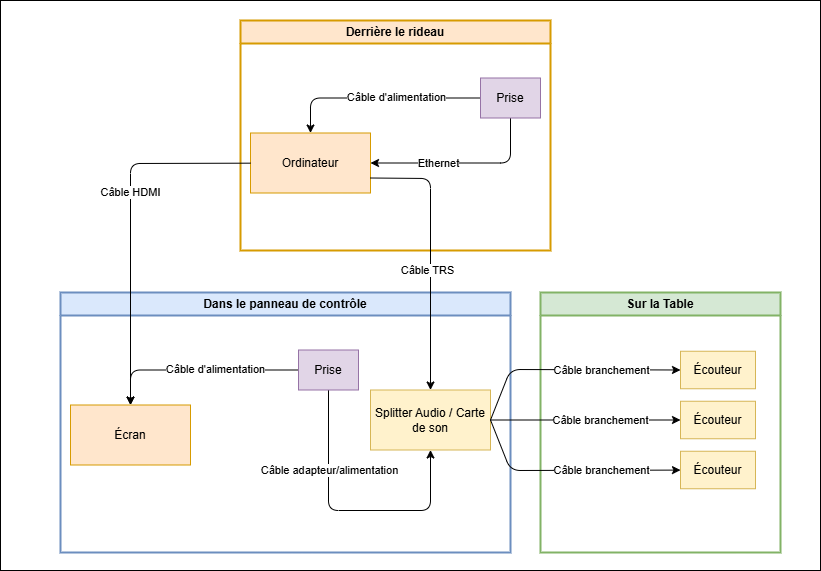
This is technique/synoptique.drawio.png from deux-intelligence/deux-neurones, a draw.io export, as it was before one commit. Source tidied: cells renumbered, new cells last; positions are measured from the earlier drawing's top-left corner, leaving out a move shared by most shapes.
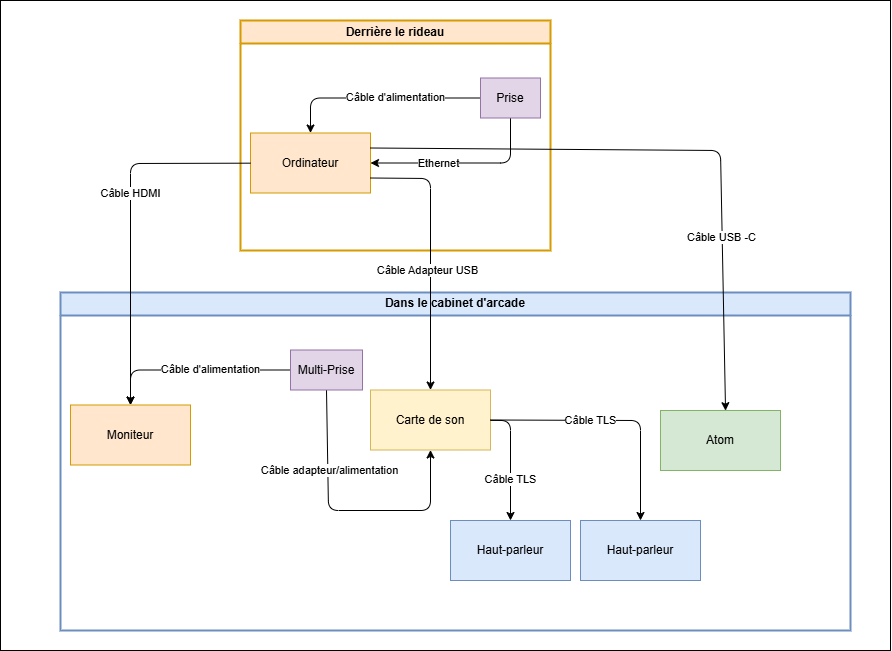
The same diagram one commit later.

Commit message:
Modification du plan synoptique et liste d'équipement

What changed in the source:
```diff
@@ -3,7 +3,7 @@
     <mxCell id="0" />
     <mxCell id="1" parent="0" />
     <mxCell id="2" style="rounded=0;whiteSpace=wrap;html=1;" parent="1" vertex="1">
-      <mxGeometry width="820" height="570" as="geometry" />
+      <mxGeometry width="890" height="650" as="geometry" />
     </mxCell>
     <mxCell id="3" value="Derrière le rideau" style="swimlane;whiteSpace=wrap;html=1;fillColor=#ffe6cc;strokeColor=#d79b00;strokeWidth=2;" parent="1" vertex="1">
       <mxGeometry x="240" y="20" width="310" height="230" as="geometry" />
@@ -34,10 +34,10 @@
     <mxCell id="9" value="Prise" style="rounded=0;whiteSpace=wrap;html=1;fillColor=#e1d5e7;strokeColor=#9673a6;" parent="3" vertex="1">
       <mxGeometry x="240" y="57.5" width="60" height="40" as="geometry" />
     </mxCell>
-    <mxCell id="10" value="Dans le panneau de contrôle" style="swimlane;whiteSpace=wrap;html=1;fillColor=#dae8fc;strokeColor=#6c8ebf;strokeWidth=2;" parent="1" vertex="1">
-      <mxGeometry x="60" y="292" width="450" height="260" as="geometry" />
+    <mxCell id="10" value="Dans le cabinet d'arcade" style="swimlane;whiteSpace=wrap;html=1;fillColor=#dae8fc;strokeColor=#6c8ebf;strokeWidth=2;" parent="1" vertex="1">
+      <mxGeometry x="60" y="292" width="790" height="338" as="geometry" />
     </mxCell>
-    <mxCell id="11" value="Écran" style="rounded=0;whiteSpace=wrap;html=1;fillColor=#ffe6cc;strokeColor=#d79b00;" parent="10" vertex="1">
+    <mxCell id="11" value="Moniteur" style="rounded=0;whiteSpace=wrap;html=1;fillColor=#ffe6cc;strokeColor=#d79b00;" parent="10" vertex="1">
       <mxGeometry x="10" y="112.5" width="120" height="60" as="geometry" />
     </mxCell>
     <mxCell id="12" style="edgeStyle=none;html=1;entryX=0.5;entryY=0;entryDx=0;entryDy=0;" parent="10" edge="1" source="16" target="11">
@@ -63,10 +63,10 @@
         <mxPoint x="-39" y="-41" as="offset" />
       </mxGeometry>
     </mxCell>
-    <mxCell id="16" value="Prise" style="rounded=0;whiteSpace=wrap;html=1;fillColor=#e1d5e7;strokeColor=#9673a6;" parent="10" vertex="1">
-      <mxGeometry x="238" y="57.5" width="60" height="40" as="geometry" />
+    <mxCell id="16" value="Multi-Prise" style="rounded=0;whiteSpace=wrap;html=1;fillColor=#e1d5e7;strokeColor=#9673a6;" parent="10" vertex="1">
+      <mxGeometry x="230" y="57.5" width="72" height="40" as="geometry" />
     </mxCell>
-    <mxCell id="17" value="Splitter Audio / Carte de son" style="whiteSpace=wrap;html=1;fillColor=#fff2cc;strokeColor=#d6b656;" parent="10" vertex="1">
+    <mxCell id="17" value="Carte de son" style="whiteSpace=wrap;html=1;fillColor=#fff2cc;strokeColor=#d6b656;" parent="10" vertex="1">
       <mxGeometry x="310" y="97.5" width="120" height="60" as="geometry" />
     </mxCell>
     <mxCell id="18" style="edgeStyle=none;html=1;" parent="1" edge="1" source="4" target="11">
@@ -86,54 +86,51 @@
         </Array>
       </mxGeometry>
     </mxCell>
-    <mxCell id="21" value="Câble TRS" style="edgeLabel;html=1;align=center;verticalAlign=middle;" parent="20" vertex="1">
+    <mxCell id="21" value="Câble Adapteur USB" style="edgeLabel;html=1;align=center;verticalAlign=middle;" parent="20" vertex="1">
       <mxGeometry x="0.08" y="-3" relative="1" as="geometry">
         <mxPoint y="5" as="offset" />
       </mxGeometry>
     </mxCell>
-    <mxCell id="22" value="Sur la Table" style="swimlane;whiteSpace=wrap;html=1;fillColor=#d5e8d4;strokeColor=#82b366;strokeWidth=2;startSize=23;" parent="1" vertex="1">
-      <mxGeometry x="540" y="292" width="240" height="260" as="geometry" />
-    </mxCell>
-    <mxCell id="23" value="Écouteur" style="rounded=0;whiteSpace=wrap;html=1;fillColor=#fff2cc;strokeColor=#d6b656;" parent="22" vertex="1">
-      <mxGeometry x="140" y="158.8" width="75" height="37.5" as="geometry" />
-    </mxCell>
-    <mxCell id="24" value="Écouteur" style="rounded=0;whiteSpace=wrap;html=1;fillColor=#fff2cc;strokeColor=#d6b656;" parent="22" vertex="1">
-      <mxGeometry x="140" y="108.8" width="75" height="37.5" as="geometry" />
-    </mxCell>
-    <mxCell id="25" value="Écouteur" style="rounded=0;whiteSpace=wrap;html=1;fillColor=#fff2cc;strokeColor=#d6b656;" parent="22" vertex="1">
-      <mxGeometry x="140" y="58.8" width="75" height="37.5" as="geometry" />
-    </mxCell>
-    <mxCell id="26" style="edgeStyle=none;html=1;exitX=1;exitY=0.5;exitDx=0;exitDy=0;entryX=0;entryY=0.5;entryDx=0;entryDy=0;" parent="1" edge="1" source="17" target="25">
-      <mxGeometry relative="1" as="geometry">
-        <Array as="points">
-          <mxPoint x="510" y="369" />
-        </Array>
-      </mxGeometry>
-    </mxCell>
-    <mxCell id="27" value="&lt;span style=&quot;color: rgb(0, 0, 0);&quot;&gt;Câble branchement&lt;/span&gt;" style="edgeLabel;html=1;align=center;verticalAlign=middle;" parent="26" vertex="1">
-      <mxGeometry x="0.21" y="1" relative="1" as="geometry">
-        <mxPoint x="9" y="1" as="offset" />
-      </mxGeometry>
-    </mxCell>
-    <mxCell id="28" style="edgeStyle=none;html=1;entryX=0;entryY=0.5;entryDx=0;entryDy=0;" parent="1" edge="1" source="17" target="24">
-      <mxGeometry relative="1" as="geometry" />
-    </mxCell>
-    <mxCell id="29" value="Câble branchement" style="edgeLabel;html=1;align=center;verticalAlign=middle;" parent="28" vertex="1">
-      <mxGeometry x="0.06" y="1" relative="1" as="geometry">
-        <mxPoint x="9" y="1" as="offset" />
-      </mxGeometry>
-    </mxCell>
-    <mxCell id="30" style="edgeStyle=none;html=1;exitX=1;exitY=0.5;exitDx=0;exitDy=0;" parent="1" edge="1" source="17" target="23">
-      <mxGeometry relative="1" as="geometry">
-        <Array as="points">
-          <mxPoint x="510" y="470" />
-        </Array>
-      </mxGeometry>
-    </mxCell>
-    <mxCell id="31" value="&lt;span style=&quot;color: rgb(0, 0, 0);&quot;&gt;Câble branchement&lt;/span&gt;" style="edgeLabel;html=1;align=center;verticalAlign=middle;" parent="30" vertex="1">
-      <mxGeometry x="0.23" relative="1" as="geometry">
-        <mxPoint x="7" as="offset" />
-      </mxGeometry>
-    </mxCell>
+    <mxCell id="32" value="Haut-parleur" style="whiteSpace=wrap;html=1;fillColor=#dae8fc;strokeColor=#6c8ebf;" parent="1" vertex="1">
+      <mxGeometry x="580" y="520" width="120" height="60" as="geometry" />
+    </mxCell>
+    <mxCell id="33" style="edgeStyle=none;html=1;exitX=1;exitY=0.5;exitDx=0;exitDy=0;" parent="1" edge="1" source="17" target="32">
+      <mxGeometry relative="1" as="geometry">
+        <Array as="points">
+          <mxPoint x="640" y="420" />
+        </Array>
+      </mxGeometry>
+    </mxCell>
+    <mxCell id="34" value="Câble TLS" style="edgeLabel;html=1;align=center;verticalAlign=middle;" parent="33" vertex="1">
+      <mxGeometry x="0.11" y="1" relative="1" as="geometry">
+        <mxPoint x="-39" y="1" as="offset" />
+      </mxGeometry>
+    </mxCell>
+    <mxCell id="35" value="Atom" style="whiteSpace=wrap;html=1;fillColor=#d5e8d4;strokeColor=#82b366;" parent="1" vertex="1">
+      <mxGeometry x="660" y="410" width="120" height="60" as="geometry" />
+    </mxCell>
+    <mxCell id="36" style="edgeStyle=none;html=1;exitX=1;exitY=0.25;exitDx=0;exitDy=0;entryX=0.542;entryY=0.003;entryDx=0;entryDy=0;entryPerimeter=0;" parent="1" edge="1" source="4" target="35">
+      <mxGeometry relative="1" as="geometry">
+        <Array as="points">
+          <mxPoint x="720" y="150" />
+        </Array>
+      </mxGeometry>
+    </mxCell>
+    <mxCell id="37" value="Câble USB -C" style="edgeLabel;html=1;align=center;verticalAlign=middle;" parent="36" vertex="1">
+      <mxGeometry x="0.43" y="-1" relative="1" as="geometry" />
+    </mxCell>
+    <mxCell id="38" value="Haut-parleur" style="whiteSpace=wrap;html=1;fillColor=#dae8fc;strokeColor=#6c8ebf;" parent="1" vertex="1">
+      <mxGeometry x="450" y="520" width="120" height="60" as="geometry" />
+    </mxCell>
+    <mxCell id="39" style="edgeStyle=none;html=1;entryX=0.5;entryY=0;entryDx=0;entryDy=0;" parent="1" edge="1" source="17" target="38">
+      <mxGeometry relative="1" as="geometry">
+        <Array as="points">
+          <mxPoint x="510" y="420" />
+        </Array>
+      </mxGeometry>
+    </mxCell>
+    <mxCell id="40" value="Câble TLS" style="edgeLabel;html=1;align=center;verticalAlign=middle;" parent="39" vertex="1">
+      <mxGeometry x="0.31" relative="1" as="geometry" />
+    </mxCell>
   </root>
 </mxGraphModel>
```
